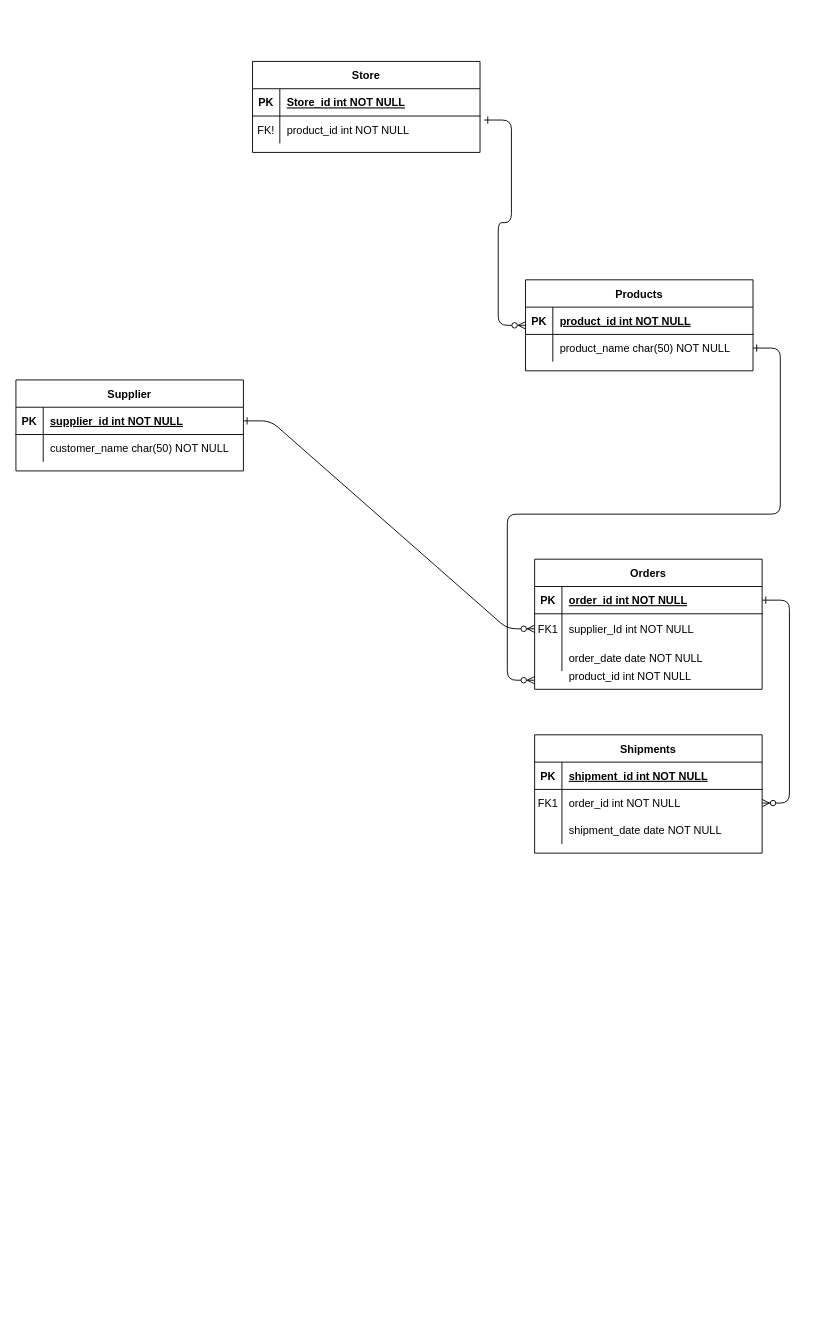
Before: diagrams/ERD.drawio in BhathiyaPrasad/odoo-inventory-pasalka, a draw.io diagram. Source tidied: cells renumbered, new cells numbered last; positions are measured from the earlier drawing's top-left corner, leaving out a move shared by most shapes. Both pictures are drawn from the tidied source at 91%, with x=0, y=0 at pixel (15, 61).
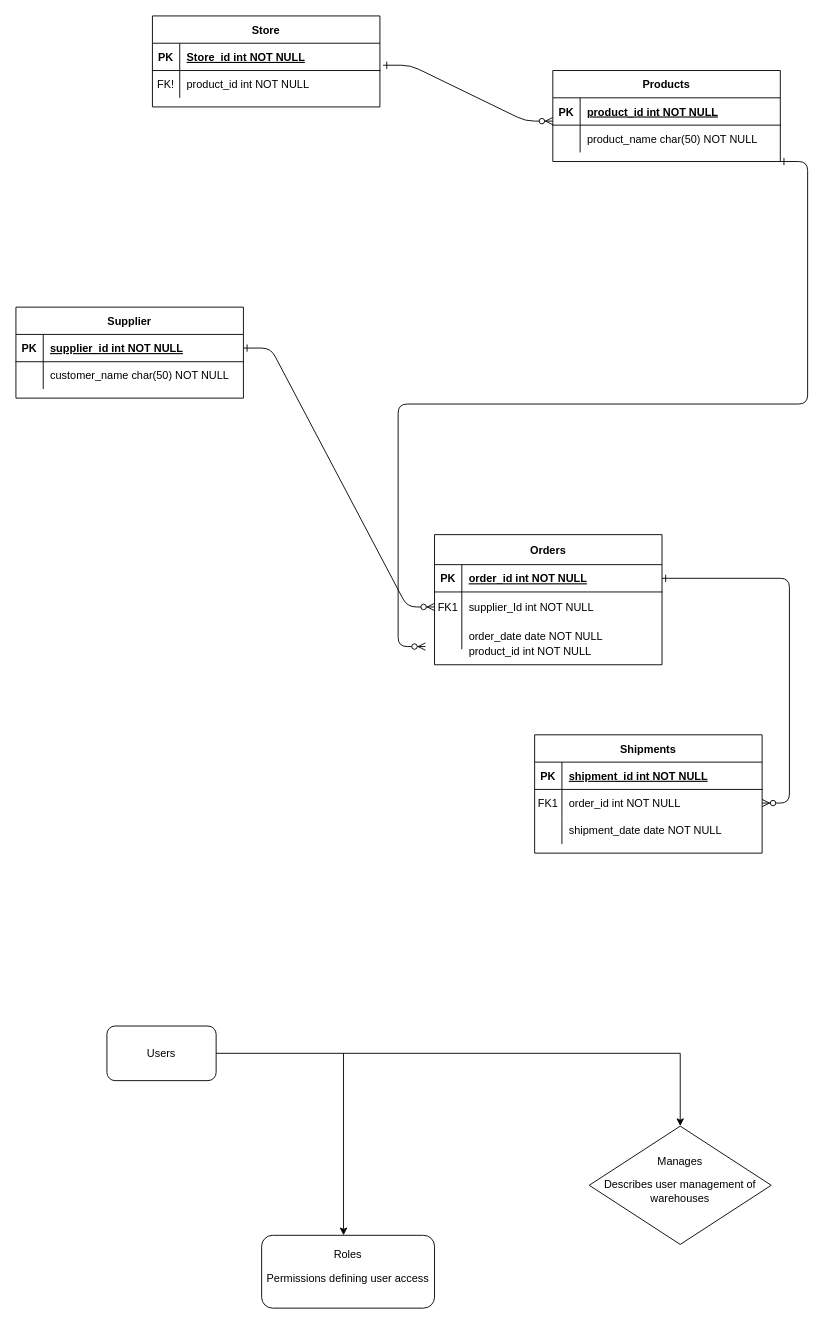
Above is the later version.

The change refers to these unchanged cells:
```xml
<mxCell id="35" style="shape=partialRectangle;fillColor=none;points=[[0,0.5],[1,0.5]];portConstraint=eastwest;top=0;left=0;right=0;bottom=0;" parent="31" vertex="1">
  <mxGeometry y="60" width="250" height="30" as="geometry" />
</mxCell>
<mxCell id="39" style="shape=partialRectangle;fillColor=none;points=[[0,0.5],[1,0.5]];portConstraint=eastwest;top=0;left=0;right=0;bottom=1;" parent="38" vertex="1">
  <mxGeometry y="30" width="250" height="30" as="geometry" />
</mxCell>
<mxCell id="42" style="shape=partialRectangle;fillColor=none;points=[[0,0.5],[1,0.5]];portConstraint=eastwest;top=0;left=0;right=0;bottom=0;" parent="38" vertex="1">
  <mxGeometry y="60" width="250" height="30" as="geometry" />
</mxCell>
```

Change to the diagram source:
```diff
@@
-    <mxCell id="4" value="Orders" style="shape=table;startSize=30;childLayout=tableLayout;rowLines=0;fontStyle=1;align=center;" parent="1" vertex="1">
-      <mxGeometry x="570" y="547" width="250" height="143" as="geometry" />
+    <mxCell id="4" value="Orders" style="shape=table;startSize=33;childLayout=tableLayout;rowLines=0;fontStyle=1;align=center;" parent="1" vertex="1">
+      <mxGeometry x="460" y="520" width="250" height="143" as="geometry" />
     </mxCell>
     <mxCell id="5" style="shape=partialRectangle;fillColor=none;points=[[0,0.5],[1,0.5]];portConstraint=eastwest;top=0;left=0;right=0;bottom=1;" parent="4" vertex="1">
-      <mxGeometry y="30" width="250" height="30" as="geometry" />
+      <mxGeometry y="33" width="250" height="30" as="geometry" />
     </mxCell>
@@
     <mxCell id="8" style="shape=partialRectangle;fillColor=none;points=[[0,0.5],[1,0.5]];portConstraint=eastwest;top=0;left=0;right=0;bottom=0;" parent="4" vertex="1">
-      <mxGeometry y="60" width="250" height="33" as="geometry" />
+      <mxGeometry y="63" width="250" height="33" as="geometry" />
     </mxCell>
@@
     <mxCell id="11" style="shape=partialRectangle;fillColor=none;top=0;left=0;right=0;bottom=0;" parent="4" vertex="1">
-      <mxGeometry y="93" width="250" height="30" as="geometry" />
+      <mxGeometry y="96" width="250" height="30" as="geometry" />
     </mxCell>
@@
     <mxCell id="24" value="Supplier" style="shape=table;startSize=30;childLayout=tableLayout;rowLines=0;fontStyle=1;align=center;" parent="1" vertex="1">
-      <mxGeometry y="350" width="250" height="100" as="geometry" />
+      <mxGeometry y="270" width="250" height="100" as="geometry" />
     </mxCell>
@@
     <mxCell id="31" value="Products" style="shape=table;startSize=30;childLayout=tableLayout;rowLines=0;fontStyle=1;align=center;" parent="1" vertex="1">
-      <mxGeometry x="560" y="240" width="250" height="100" as="geometry" />
+      <mxGeometry x="590" y="10" width="250" height="100" as="geometry" />
     </mxCell>
@@
     <mxCell id="38" value="Store" style="shape=table;startSize=30;childLayout=tableLayout;rowLines=0;fontStyle=1;align=center;" parent="1" vertex="1">
-      <mxGeometry x="260" width="250" height="100" as="geometry" />
+      <mxGeometry x="150" y="-50" width="250" height="100" as="geometry" />
     </mxCell>
@@
-    <mxCell id="45" style="edgeStyle=entityRelationEdgeStyle;endArrow=ERzeroToMany;startArrow=ERone;endFill=1;startFill=0;exitX=1.018;exitY=0.147;exitDx=0;exitDy=0;exitPerimeter=0;" parent="1" edge="1" source="42">
+    <mxCell id="45" style="edgeStyle=entityRelationEdgeStyle;endArrow=ERzeroToMany;startArrow=ERone;endFill=1;startFill=0;exitX=1.014;exitY=0.806;exitDx=0;exitDy=0;exitPerimeter=0;" parent="1" edge="1" source="39">
       <mxGeometry relative="1" as="geometry">
-        <mxPoint x="560" y="290" as="targetPoint" />
+        <mxPoint x="590" y="65.6" as="targetPoint" />
       </mxGeometry>
     </mxCell>
-    <mxCell id="46" style="edgeStyle=entityRelationEdgeStyle;endArrow=ERzeroToMany;startArrow=ERone;endFill=1;startFill=0;exitX=1;exitY=0.5;exitDx=0;exitDy=0;" parent="1" edge="1" source="35">
+    <mxCell id="46" style="edgeStyle=entityRelationEdgeStyle;endArrow=ERzeroToMany;startArrow=ERone;endFill=1;startFill=0;exitX=1;exitY=1;exitDx=0;exitDy=0;" parent="1" edge="1" source="31">
       <mxGeometry relative="1" as="geometry">
-        <mxPoint x="570" y="680" as="targetPoint" />
+        <mxPoint x="450" y="643" as="targetPoint" />
         <Array as="points">
-          <mxPoint x="550" y="715" />
+          <mxPoint x="550" y="778" />
         </Array>
       </mxGeometry>
     </mxCell>
     <mxCell id="47" value="product_id int NOT NULL" style="shape=partialRectangle;overflow=hidden;fillColor=none;top=0;left=0;bottom=0;right=0;align=left;spacingLeft=6;" parent="1" vertex="1">
-      <mxGeometry x="600" y="660" width="220" height="30" as="geometry" />
+      <mxGeometry x="490" y="633" width="220" height="30" as="geometry" />
     </mxCell>
+    <mxCell id="48" value="Users" style="rounded=1;whiteSpace=wrap;html=1;" parent="1" vertex="1">
+      <mxGeometry x="100" y="1060" width="120" height="60" as="geometry" />
+    </mxCell>
+    <mxCell id="49" value="Manages&lt;br&gt;&lt;p&gt;Describes user management of warehouses&lt;/p&gt;" style="rhombus;whiteSpace=wrap;html=1;" parent="1" vertex="1">
+      <mxGeometry x="630" y="1170" width="200" height="130" as="geometry" />
+    </mxCell>
+    <mxCell id="50" style="endArrow=classic;html=1;rounded=0;exitX=1;exitY=0.5;exitDx=0;exitDy=0;" parent="1" edge="1" source="48" target="49">
+      <mxGeometry relative="1" as="geometry">
+        <Array as="points">
+          <mxPoint x="730" y="1090" />
+        </Array>
+      </mxGeometry>
+    </mxCell>
+    <mxCell id="51" value="Roles&lt;div&gt;&lt;p&gt;Permissions defining user access&lt;/p&gt;&lt;/div&gt;" style="rounded=1;whiteSpace=wrap;html=1;" parent="1" vertex="1">
+      <mxGeometry x="270" y="1290" width="190" height="80" as="geometry" />
+    </mxCell>
+    <mxCell id="52" style="endArrow=classic;html=1;rounded=0;" parent="1" edge="1">
+      <mxGeometry relative="1" as="geometry">
+        <mxPoint x="360" y="1090" as="sourcePoint" />
+        <mxPoint x="360" y="1290" as="targetPoint" />
+      </mxGeometry>
+    </mxCell>
```
